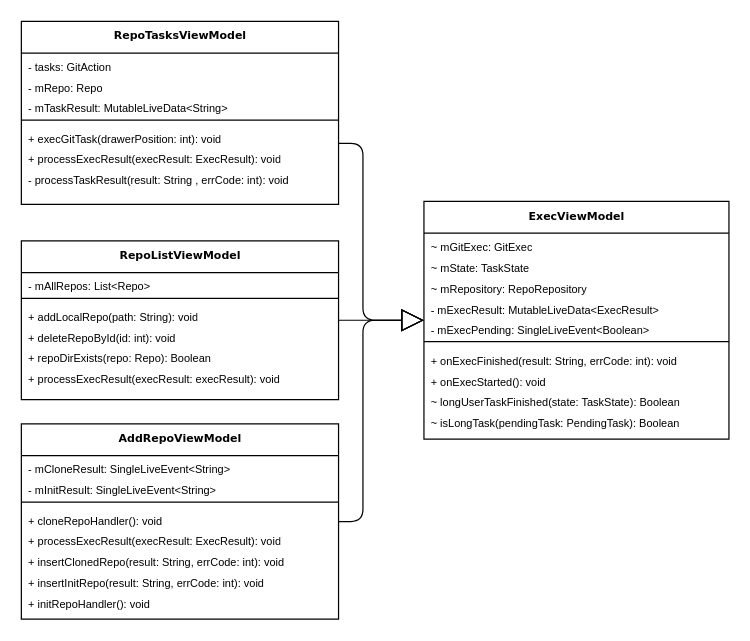
Earlier version of the draw.io diagram obrazky-figures/drawio/viewmodels_class_diagram.drawio (MarekPetr/BP). Source tidied: cells renumbered, new cells numbered last; positions are measured from the earlier drawing's top-left corner, leaving out a move shared by most shapes. Both pictures are drawn from the tidied source at 122%, with x=0, y=0 at pixel (21, 21).
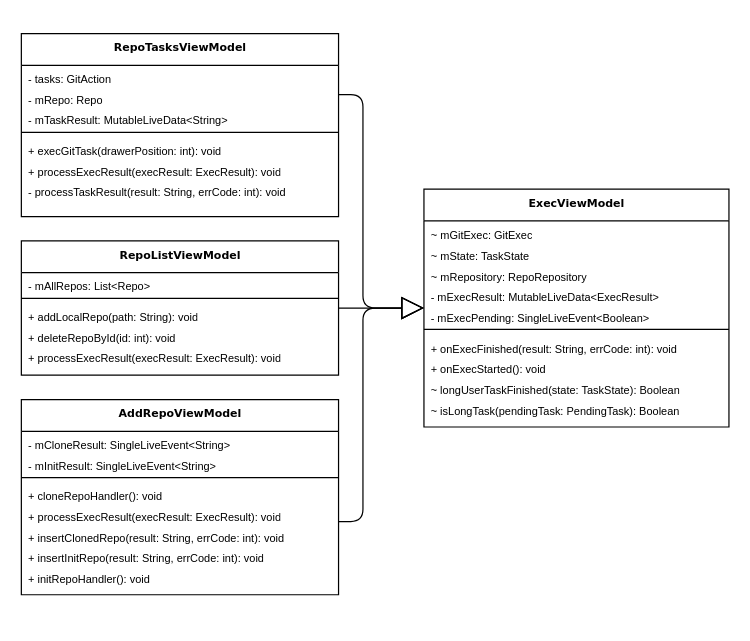
Above is the later version.

Commit message (it also covers changes not shown here):
nove screenshoty, class diagram, opravy referenci

Change to the diagram source:
```diff
@@
     <mxCell id="2" value="RepoTasksViewModel" style="swimlane;html=1;fontStyle=1;align=center;verticalAlign=top;horizontal=1;startSize=26;swimlaneFillColor=#ffffff;rounded=0;shadow=0;comic=0;labelBackgroundColor=none;strokeWidth=1;fillColor=none;fontFamily=Verdana;fontSize=9;" parent="1" vertex="1">
-      <mxGeometry width="260" height="150" as="geometry" />
+      <mxGeometry y="10" width="260" height="150" as="geometry" />
     </mxCell>
@@
-    <mxCell id="9" value="- processTaskResult(result: String , errCode: int): void" style="text;html=1;strokeColor=none;fillColor=none;align=left;verticalAlign=top;spacingLeft=4;spacingRight=4;whiteSpace=wrap;overflow=hidden;fontSize=9;" parent="2" vertex="1">
+    <mxCell id="9" value="- processTaskResult(result: String, errCode: int): void" style="text;html=1;strokeColor=none;fillColor=none;align=left;verticalAlign=top;spacingLeft=4;spacingRight=4;whiteSpace=wrap;overflow=hidden;fontSize=9;" parent="2" vertex="1">
       <mxGeometry y="119" width="260" height="17" as="geometry" />
     </mxCell>
     <mxCell id="10" value="ExecViewModel" style="swimlane;html=1;fontStyle=1;align=center;verticalAlign=top;horizontal=1;startSize=26;swimlaneFillColor=#ffffff;rounded=0;shadow=0;comic=0;labelBackgroundColor=none;strokeWidth=1;fillColor=none;fontFamily=Verdana;fontSize=9;" parent="1" vertex="1">
-      <mxGeometry x="330" y="147.5" width="250" height="195" as="geometry" />
+      <mxGeometry x="330" y="137.5" width="250" height="195" as="geometry" />
     </mxCell>
@@
     <mxCell id="21" value="RepoListViewModel" style="swimlane;html=1;fontStyle=1;align=center;verticalAlign=top;horizontal=1;startSize=26;swimlaneFillColor=#ffffff;rounded=0;shadow=0;comic=0;labelBackgroundColor=none;strokeWidth=1;fillColor=none;fontFamily=Verdana;fontSize=9;" parent="1" vertex="1">
-      <mxGeometry y="180" width="260" height="130" as="geometry" />
+      <mxGeometry y="180" width="260" height="110" as="geometry" />
     </mxCell>
@@
-    <mxCell id="26" value="+ repoDirExists(repo: Repo): Boolean" style="text;html=1;strokeColor=none;fillColor=none;align=left;verticalAlign=top;spacingLeft=4;spacingRight=4;whiteSpace=wrap;overflow=hidden;fontSize=9;" parent="21" vertex="1">
-      <mxGeometry y="85" width="260" height="17" as="geometry" />
-    </mxCell>
-    <mxCell id="27" value="+ processExecResult(execResult: execResult): void" style="text;html=1;strokeColor=none;fillColor=none;align=left;verticalAlign=top;spacingLeft=4;spacingRight=4;whiteSpace=wrap;overflow=hidden;fontSize=9;" parent="21" vertex="1">
-      <mxGeometry y="102" width="260" height="17" as="geometry" />
+    <mxCell id="27" value="+ processExecResult(execResult: ExecResult): void" style="text;html=1;strokeColor=none;fillColor=none;align=left;verticalAlign=top;spacingLeft=4;spacingRight=4;whiteSpace=wrap;overflow=hidden;fontSize=9;" parent="21" vertex="1">
+      <mxGeometry y="85" width="260" height="17" as="geometry" />
     </mxCell>
     <mxCell id="28" value="AddRepoViewModel" style="swimlane;html=1;fontStyle=1;align=center;verticalAlign=top;horizontal=1;startSize=26;swimlaneFillColor=#ffffff;rounded=0;shadow=0;comic=0;labelBackgroundColor=none;strokeWidth=1;fillColor=none;fontFamily=Verdana;fontSize=9;" parent="1" vertex="1">
-      <mxGeometry y="330" width="260" height="160" as="geometry" />
+      <mxGeometry y="310" width="260" height="160" as="geometry" />
     </mxCell>
@@
     <mxCell id="38" style="edgeStyle=orthogonalEdgeStyle;html=1;labelBackgroundColor=none;startFill=0;startSize=8;endArrow=block;endFill=0;endSize=16;fontFamily=Verdana;fontSize=9;rounded=1;" parent="1" edge="1" source="2" target="10">
       <mxGeometry relative="1" as="geometry">
         <Array as="points">
-          <mxPoint x="280" y="100" />
-          <mxPoint x="280" y="245" />
+          <mxPoint x="280" y="60" />
+          <mxPoint x="280" y="235" />
         </Array>
       </mxGeometry>
     </mxCell>
     <mxCell id="39" style="edgeStyle=orthogonalEdgeStyle;html=1;labelBackgroundColor=none;startFill=0;startSize=8;endArrow=block;endFill=0;endSize=16;fontFamily=Verdana;fontSize=9;rounded=1;" parent="1" edge="1" source="28" target="10">
       <mxGeometry relative="1" as="geometry">
         <Array as="points">
           <mxPoint x="280" y="410" />
-          <mxPoint x="280" y="245" />
+          <mxPoint x="280" y="235" />
         </Array>
       </mxGeometry>
     </mxCell>
```
